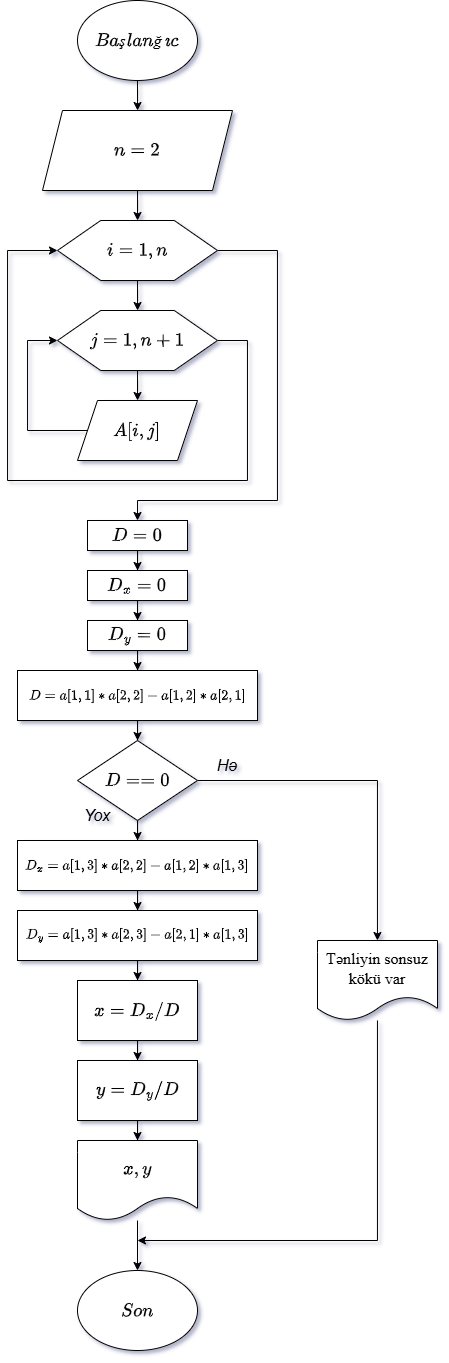
This is Diagrams/Page80_1.drawio.png from 64beta/HesablamaRiyaziyatindanPracticum, a draw.io export, as it was before one commit. Source tidied: cells renumbered, new cells last; positions are measured from the earlier drawing's top-left corner, leaving out a move shared by most shapes. Its diagram source:
```xml
<mxGraphModel math="1">
  <root>
    <mxCell id="0" />
    <mxCell id="1" parent="0" />
    <mxCell id="2" style="edgeStyle=orthogonalEdgeStyle;rounded=0;jettySize=auto;html=1;fontSize=16;" parent="1" edge="1" source="3" target="5">
      <mxGeometry relative="1" as="geometry" />
    </mxCell>
    <mxCell id="3" value="$$Başlanğıc$$" style="ellipse;whiteSpace=wrap;html=1;fontSize=16;" parent="1" vertex="1">
      <mxGeometry x="70" width="120" height="80" as="geometry" />
    </mxCell>
    <mxCell id="4" style="edgeStyle=orthogonalEdgeStyle;rounded=0;jettySize=auto;html=1;fontSize=16;" parent="1" edge="1" source="5" target="9">
      <mxGeometry relative="1" as="geometry" />
    </mxCell>
    <mxCell id="5" value="$$n=2$$" style="shape=parallelogram;perimeter=parallelogramPerimeter;whiteSpace=wrap;fixedSize=1;fontStyle=2;html=1;fontSize=16;" parent="1" vertex="1">
      <mxGeometry x="35" y="110" width="190" height="80" as="geometry" />
    </mxCell>
    <mxCell id="6" style="edgeStyle=orthogonalEdgeStyle;rounded=0;orthogonalLoop=1;jettySize=auto;html=1;entryX=0.5;entryY=0;entryDx=0;entryDy=0;fontSize=16;" parent="1" edge="1">
      <mxGeometry relative="1" as="geometry">
        <mxPoint x="210" y="490" as="sourcePoint" />
        <Array as="points">
          <mxPoint x="450" y="490" />
          <mxPoint x="450" y="880" />
          <mxPoint x="130" y="880" />
        </Array>
      </mxGeometry>
    </mxCell>
    <mxCell id="7" style="edgeStyle=orthogonalEdgeStyle;rounded=0;jettySize=auto;html=1;fontSize=16;" parent="1" edge="1" source="9" target="12">
      <mxGeometry relative="1" as="geometry" />
    </mxCell>
    <mxCell id="8" style="edgeStyle=orthogonalEdgeStyle;rounded=0;jettySize=auto;html=1;entryX=0.5;entryY=0;entryDx=0;entryDy=0;fontSize=16;" parent="1" edge="1" source="9" target="16">
      <mxGeometry relative="1" as="geometry">
        <Array as="points">
          <mxPoint x="270" y="250" />
          <mxPoint x="270" y="500" />
          <mxPoint x="130" y="500" />
        </Array>
      </mxGeometry>
    </mxCell>
    <mxCell id="9" value="$$i = 1 , n$$" style="verticalLabelPosition=middle;verticalAlign=middle;shape=hexagon;perimeter=hexagonPerimeter2;arcSize=6;size=0.27;labelPosition=center;align=center;fontSize=16;html=1;" parent="1" vertex="1">
      <mxGeometry x="50" y="220" width="160" height="60" as="geometry" />
    </mxCell>
    <mxCell id="10" style="edgeStyle=orthogonalEdgeStyle;rounded=0;jettySize=auto;html=1;fontSize=16;" parent="1" edge="1" source="12" target="14">
      <mxGeometry relative="1" as="geometry" />
    </mxCell>
    <mxCell id="11" style="edgeStyle=orthogonalEdgeStyle;rounded=0;jettySize=auto;html=1;entryX=0;entryY=0.5;entryDx=0;entryDy=0;fontSize=16;" parent="1" edge="1" source="12" target="9">
      <mxGeometry relative="1" as="geometry">
        <Array as="points">
          <mxPoint x="240" y="340" />
          <mxPoint x="240" y="480" />
          <mxPoint y="480" />
          <mxPoint y="250" />
        </Array>
      </mxGeometry>
    </mxCell>
    <mxCell id="12" value="$$j = 1 , n+1$$" style="verticalLabelPosition=middle;verticalAlign=middle;shape=hexagon;perimeter=hexagonPerimeter2;arcSize=6;size=0.27;labelPosition=center;align=center;fontSize=16;html=1;" parent="1" vertex="1">
      <mxGeometry x="50" y="310" width="160" height="60" as="geometry" />
    </mxCell>
    <mxCell id="13" style="edgeStyle=orthogonalEdgeStyle;rounded=0;jettySize=auto;html=1;entryX=0;entryY=0.5;entryDx=0;entryDy=0;fontSize=16;" parent="1" edge="1" source="14" target="12">
      <mxGeometry relative="1" as="geometry">
        <Array as="points">
          <mxPoint x="20" y="430" />
          <mxPoint x="20" y="340" />
        </Array>
      </mxGeometry>
    </mxCell>
    <mxCell id="14" value="$$A[i,j]$$" style="shape=parallelogram;perimeter=parallelogramPerimeter;whiteSpace=wrap;html=1;fixedSize=1;fontSize=16;" parent="1" vertex="1">
      <mxGeometry x="70" y="400" width="120" height="60" as="geometry" />
    </mxCell>
    <mxCell id="15" style="edgeStyle=orthogonalEdgeStyle;rounded=0;jettySize=auto;html=1;fontSize=16;" parent="1" edge="1" source="16" target="18">
      <mxGeometry relative="1" as="geometry" />
    </mxCell>
    <mxCell id="16" value="$$D=0$$" style="rounded=0;whiteSpace=wrap;html=1;fontSize=16;" parent="1" vertex="1">
      <mxGeometry x="80" y="520" width="100" height="30" as="geometry" />
    </mxCell>
    <mxCell id="17" style="edgeStyle=orthogonalEdgeStyle;rounded=0;jettySize=auto;html=1;fontSize=16;" parent="1" edge="1" source="18" target="20">
      <mxGeometry relative="1" as="geometry" />
    </mxCell>
    <mxCell id="18" value="$$D_{x}=0$$" style="rounded=0;whiteSpace=wrap;html=1;fontSize=16;" parent="1" vertex="1">
      <mxGeometry x="80" y="570" width="100" height="30" as="geometry" />
    </mxCell>
    <mxCell id="19" style="edgeStyle=orthogonalEdgeStyle;rounded=0;jettySize=auto;html=1;fontSize=16;" parent="1" edge="1" source="20" target="22">
      <mxGeometry relative="1" as="geometry" />
    </mxCell>
    <mxCell id="20" value="$$D_{y}=0$$" style="rounded=0;whiteSpace=wrap;html=1;fontSize=16;" parent="1" vertex="1">
      <mxGeometry x="80" y="620" width="100" height="30" as="geometry" />
    </mxCell>
    <mxCell id="21" style="edgeStyle=orthogonalEdgeStyle;rounded=0;jettySize=auto;html=1;fontSize=16;" parent="1" edge="1" source="22" target="25">
      <mxGeometry relative="1" as="geometry" />
    </mxCell>
    <mxCell id="22" value="$$D=a[1,1] * a[2,2] - a[1,2] *a[2,1]$$" style="rounded=0;whiteSpace=wrap;html=1;fontSize=12;" parent="1" vertex="1">
      <mxGeometry x="10" y="670" width="240" height="50" as="geometry" />
    </mxCell>
    <mxCell id="23" style="edgeStyle=orthogonalEdgeStyle;rounded=0;jettySize=auto;html=1;fontSize=16;" parent="1" edge="1" source="25" target="29">
      <mxGeometry relative="1" as="geometry" />
    </mxCell>
    <mxCell id="24" style="edgeStyle=orthogonalEdgeStyle;rounded=0;jettySize=auto;html=1;fontSize=16;" parent="1" edge="1" source="25" target="27">
      <mxGeometry relative="1" as="geometry" />
    </mxCell>
    <mxCell id="25" value="$$D==0$$" style="rhombus;whiteSpace=wrap;html=1;fontSize=16;" parent="1" vertex="1">
      <mxGeometry x="70" y="740" width="120" height="80" as="geometry" />
    </mxCell>
    <mxCell id="26" style="edgeStyle=orthogonalEdgeStyle;rounded=0;jettySize=auto;html=1;fontSize=16;" parent="1" edge="1" source="27">
      <mxGeometry relative="1" as="geometry">
        <mxPoint x="130" y="1240" as="targetPoint" />
        <Array as="points">
          <mxPoint x="370" y="1240" />
        </Array>
      </mxGeometry>
    </mxCell>
    <mxCell id="27" value="Tənliyin sonsuz kökü var" style="shape=document;whiteSpace=wrap;boundedLbl=1;fontSize=16;html=1;fontFamily=Times New Roman;" parent="1" vertex="1">
      <mxGeometry x="310" y="940" width="120" height="80" as="geometry" />
    </mxCell>
    <mxCell id="28" style="edgeStyle=orthogonalEdgeStyle;rounded=0;jettySize=auto;html=1;fontSize=16;" parent="1" edge="1" source="29" target="31">
      <mxGeometry relative="1" as="geometry" />
    </mxCell>
    <mxCell id="29" value="$$D_{x}=a[1,3] * a[2,2] - a[1,2] *a[1,3]$$" style="rounded=0;whiteSpace=wrap;html=1;fontSize=12;" parent="1" vertex="1">
      <mxGeometry x="10" y="840" width="240" height="50" as="geometry" />
    </mxCell>
    <mxCell id="30" style="edgeStyle=orthogonalEdgeStyle;rounded=0;jettySize=auto;html=1;fontSize=16;" parent="1" edge="1" source="31" target="33">
      <mxGeometry relative="1" as="geometry" />
    </mxCell>
    <mxCell id="31" value="$$D_{y}=a[1,3] * a[2,3] - a[2,1] *a[1,3]$$" style="rounded=0;whiteSpace=wrap;html=1;fontSize=12;" parent="1" vertex="1">
      <mxGeometry x="10" y="910" width="240" height="50" as="geometry" />
    </mxCell>
    <mxCell id="32" style="edgeStyle=orthogonalEdgeStyle;rounded=0;jettySize=auto;html=1;fontSize=16;" parent="1" edge="1" source="33" target="35">
      <mxGeometry relative="1" as="geometry" />
    </mxCell>
    <mxCell id="33" value="&lt;div&gt;$$x = D_{x}/D$$&lt;/div&gt;" style="rounded=0;whiteSpace=wrap;html=1;fontSize=16;" parent="1" vertex="1">
      <mxGeometry x="70" y="980" width="120" height="60" as="geometry" />
    </mxCell>
    <mxCell id="34" style="edgeStyle=orthogonalEdgeStyle;rounded=0;jettySize=auto;html=1;entryX=0.5;entryY=0;entryDx=0;entryDy=0;fontSize=16;" parent="1" edge="1" source="35" target="37">
      <mxGeometry relative="1" as="geometry" />
    </mxCell>
    <mxCell id="35" value="$$y = D_{y}/D$$" style="rounded=0;whiteSpace=wrap;html=1;fontSize=16;" parent="1" vertex="1">
      <mxGeometry x="70" y="1060" width="120" height="60" as="geometry" />
    </mxCell>
    <mxCell id="36" style="edgeStyle=orthogonalEdgeStyle;rounded=0;jettySize=auto;fontSize=16;html=1;" parent="1" edge="1" source="37" target="38">
      <mxGeometry relative="1" as="geometry" />
    </mxCell>
    <mxCell id="37" value="$$x,y$$" style="shape=document;whiteSpace=wrap;boundedLbl=1;fontSize=16;html=1;" parent="1" vertex="1">
      <mxGeometry x="70" y="1140" width="120" height="80" as="geometry" />
    </mxCell>
    <mxCell id="38" value="$$Son$$" style="ellipse;whiteSpace=wrap;html=1;fontSize=16;" parent="1" vertex="1">
      <mxGeometry x="70" y="1270" width="120" height="80" as="geometry" />
    </mxCell>
    <mxCell id="39" value="Yox" style="text;html=1;align=center;verticalAlign=middle;whiteSpace=wrap;rounded=0;fontStyle=2;fontSize=16;" parent="1" vertex="1">
      <mxGeometry x="60" y="800" width="60" height="30" as="geometry" />
    </mxCell>
    <mxCell id="40" value="Hə" style="text;html=1;align=center;verticalAlign=middle;whiteSpace=wrap;rounded=0;fontStyle=2;fontSize=16;" parent="1" vertex="1">
      <mxGeometry x="190" y="750" width="60" height="30" as="geometry" />
    </mxCell>
  </root>
</mxGraphModel>
```
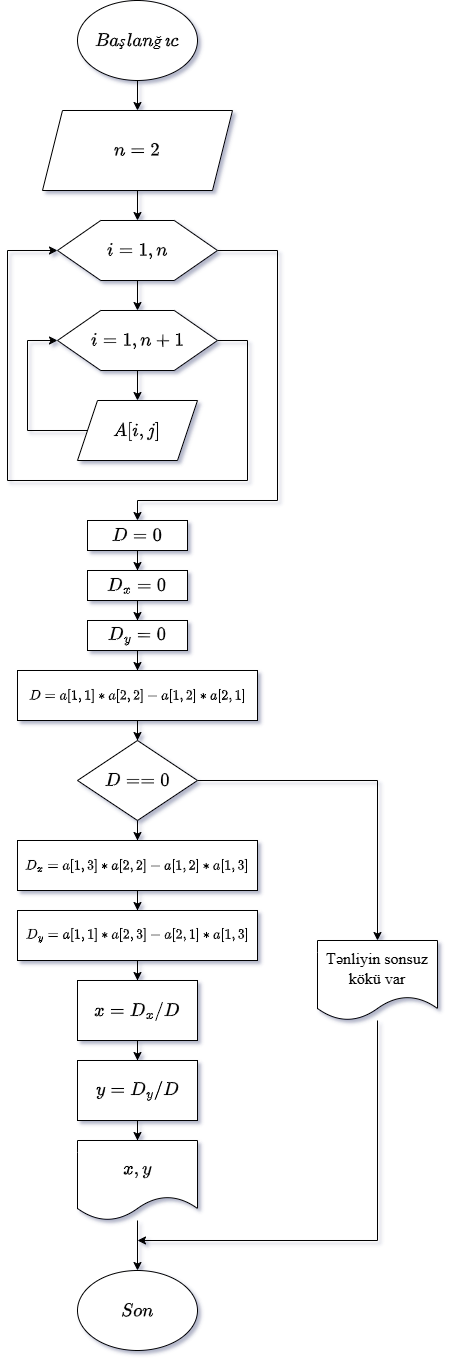
The same file after the commit.

The edit, as a diff of the source:
```diff
@@ -52,7 +52,7 @@
         </Array>
       </mxGeometry>
     </mxCell>
-    <mxCell id="12" value="$$j = 1 , n+1$$" style="verticalLabelPosition=middle;verticalAlign=middle;shape=hexagon;perimeter=hexagonPerimeter2;arcSize=6;size=0.27;labelPosition=center;align=center;fontSize=16;html=1;" parent="1" vertex="1">
+    <mxCell id="12" value="$$i = 1 , n+1$$" style="verticalLabelPosition=middle;verticalAlign=middle;shape=hexagon;perimeter=hexagonPerimeter2;arcSize=6;size=0.27;labelPosition=center;align=center;fontSize=16;html=1;" parent="1" vertex="1">
       <mxGeometry x="50" y="310" width="160" height="60" as="geometry" />
     </mxCell>
     <mxCell id="13" style="edgeStyle=orthogonalEdgeStyle;rounded=0;jettySize=auto;html=1;entryX=0;entryY=0.5;entryDx=0;entryDy=0;fontSize=16;" parent="1" edge="1" source="14" target="12">
@@ -119,7 +119,7 @@
     <mxCell id="30" style="edgeStyle=orthogonalEdgeStyle;rounded=0;jettySize=auto;html=1;fontSize=16;" parent="1" edge="1" source="31" target="33">
       <mxGeometry relative="1" as="geometry" />
     </mxCell>
-    <mxCell id="31" value="$$D_{y}=a[1,3] * a[2,3] - a[2,1] *a[1,3]$$" style="rounded=0;whiteSpace=wrap;html=1;fontSize=12;" parent="1" vertex="1">
+    <mxCell id="31" value="$$D_{y}=a[1,1] * a[2,3] - a[2,1] *a[1,3]$$" style="rounded=0;whiteSpace=wrap;html=1;fontSize=12;" parent="1" vertex="1">
       <mxGeometry x="10" y="910" width="240" height="50" as="geometry" />
     </mxCell>
     <mxCell id="32" style="edgeStyle=orthogonalEdgeStyle;rounded=0;jettySize=auto;html=1;fontSize=16;" parent="1" edge="1" source="33" target="35">
@@ -143,11 +143,5 @@
     <mxCell id="38" value="$$Son$$" style="ellipse;whiteSpace=wrap;html=1;fontSize=16;" parent="1" vertex="1">
       <mxGeometry x="70" y="1270" width="120" height="80" as="geometry" />
     </mxCell>
-    <mxCell id="39" value="Yox" style="text;html=1;align=center;verticalAlign=middle;whiteSpace=wrap;rounded=0;fontStyle=2;fontSize=16;" parent="1" vertex="1">
-      <mxGeometry x="60" y="800" width="60" height="30" as="geometry" />
-    </mxCell>
-    <mxCell id="40" value="Hə" style="text;html=1;align=center;verticalAlign=middle;whiteSpace=wrap;rounded=0;fontStyle=2;fontSize=16;" parent="1" vertex="1">
-      <mxGeometry x="190" y="750" width="60" height="30" as="geometry" />
-    </mxCell>
   </root>
 </mxGraphModel>
```
